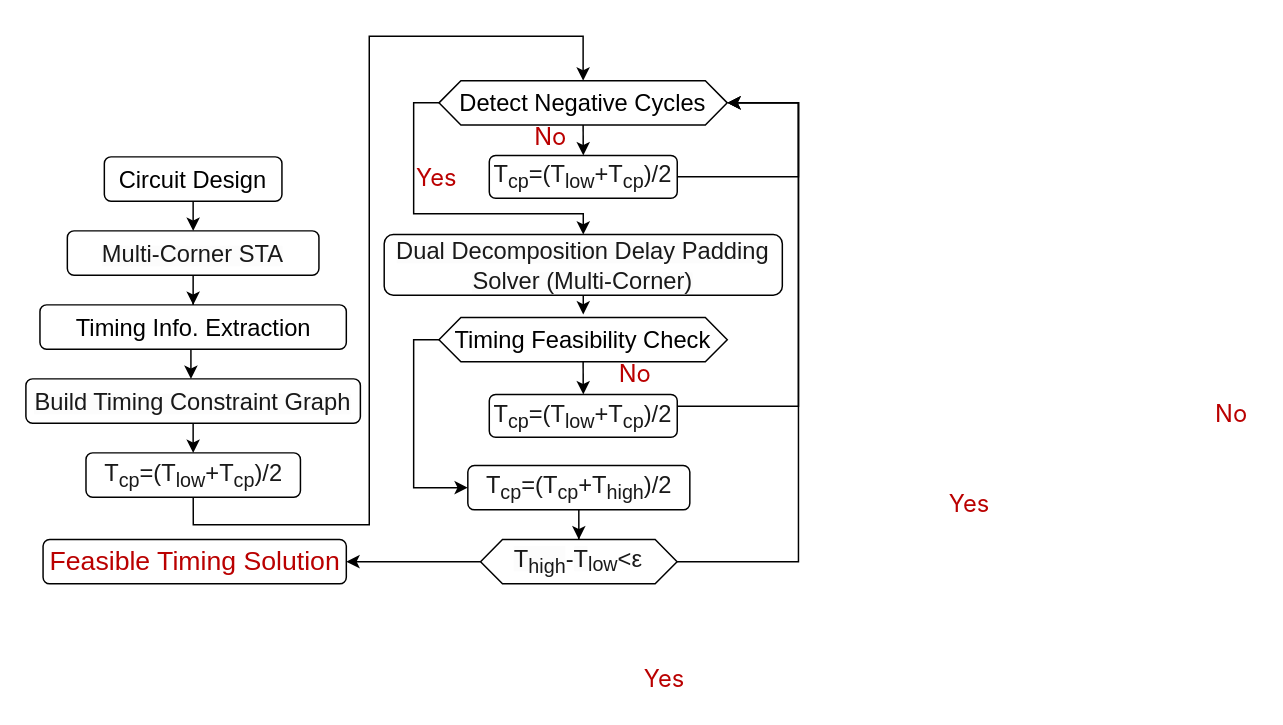
Earlier version of the draw.io diagram framework.drawio (kxzhu0505/Delay-Padding-For-Multi-corner). Source tidied: cells renumbered, new cells numbered last; positions are measured from the earlier drawing's top-left corner, leaving out a move shared by most shapes. Both pictures are drawn from the tidied source at 148%, with x=0, y=0 at pixel (25, 36).
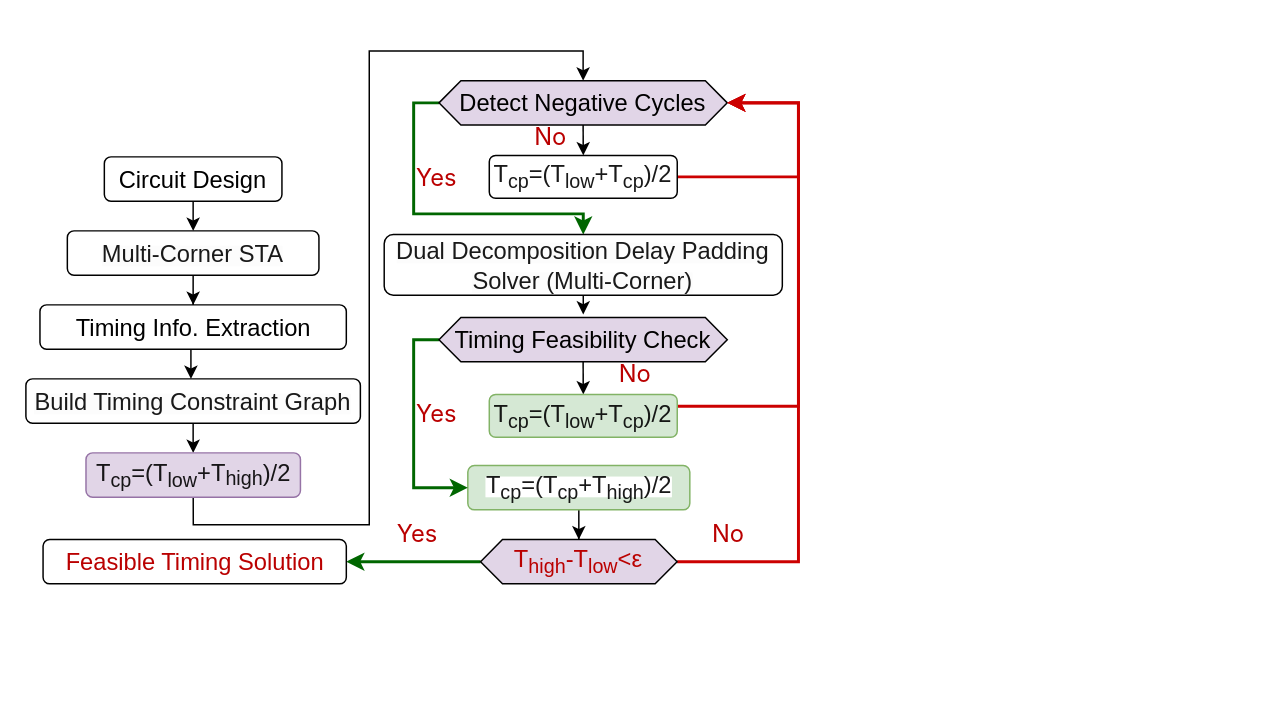
The same page after the edit.

Unchanged cells that the change refers to:
```xml
<mxCell id="14" value="&lt;span style=&quot;margin: 0px; padding: 0px; border: 0px; font-variant-numeric: inherit; font-variant-east-asian: inherit; font-variant-alternates: inherit; font-variant-position: inherit; font-variant-emoji: inherit; font-stretch: inherit; line-height: inherit; font-optical-sizing: inherit; font-size-adjust: inherit; font-kerning: inherit; font-feature-settings: inherit; font-variation-settings: inherit; vertical-align: baseline; color: rgba(0, 0, 0, 0.9); text-align: left; background-color: rgb(252, 252, 252);&quot;&gt;&lt;font face=&quot;Helvetica&quot; style=&quot;font-size: 16px;&quot;&gt;Dual Decomposition Delay Padding Solver (Multi-Corner)&lt;/font&gt;&lt;/span&gt;" style="rounded=1;whiteSpace=wrap;html=1;" parent="1" vertex="1">
  <mxGeometry x="242.1" y="134" width="269" height="41" as="geometry" />
</mxCell>
<mxCell id="28" value="&lt;span&gt;&lt;font face=&quot;Helvetica&quot;&gt;&lt;span style=&quot;color: rgba(0, 0, 0, 0.9); font-size: 16px; text-align: left;&quot;&gt;&lt;span style=&quot;color: rgba(0, 0, 0, 0.9);&quot;&gt;T&lt;/span&gt;&lt;sub style=&quot;color: rgba(0, 0, 0, 0.9);&quot;&gt;cp&lt;/sub&gt;=(T&lt;sub style=&quot;&quot;&gt;low&lt;/sub&gt;+&lt;/span&gt;&lt;span style=&quot;color: rgba(0, 0, 0, 0.9); font-size: 16px; text-align: left;&quot;&gt;&lt;span style=&quot;color: rgba(0, 0, 0, 0.9);&quot;&gt;T&lt;/span&gt;&lt;sub style=&quot;color: rgba(0, 0, 0, 0.9);&quot;&gt;cp&lt;/sub&gt;)/2&lt;/span&gt;&lt;/font&gt;&lt;/span&gt;" style="rounded=1;whiteSpace=wrap;html=1;" parent="1" vertex="1">
  <mxGeometry x="313.1" y="80.5" width="127" height="29" as="geometry" />
</mxCell>
```

Diff of the diagram source:
```diff
@@
-    <mxCell id="4" style="edgeStyle=orthogonalEdgeStyle;rounded=0;jettySize=auto;html=1;entryX=0.5;entryY=0;entryDx=0;entryDy=0;" parent="1" edge="1" source="5" target="14">
+    <mxCell id="4" style="edgeStyle=orthogonalEdgeStyle;rounded=0;jettySize=auto;html=1;entryX=0.5;entryY=0;entryDx=0;entryDy=0;strokeWidth=2;strokeColor=#006600;" parent="1" edge="1" source="5" target="14">
       <mxGeometry relative="1" as="geometry">
         <Array as="points">
           <mxPoint x="262" y="45" />
           <mxPoint x="262" y="120" />
           <mxPoint x="377" y="120" />
         </Array>
       </mxGeometry>
     </mxCell>
-    <mxCell id="5" value="&lt;span style=&quot;font-size: 16px;&quot;&gt;Detect Negative Cycles&lt;/span&gt;" style="shape=hexagon;perimeter=hexagonPerimeter2;whiteSpace=wrap;html=1;fixedSize=1;size=14.829999999999927;" parent="1" vertex="1">
+    <mxCell id="5" value="&lt;span style=&quot;font-size: 16px;&quot;&gt;Detect Negative Cycles&lt;/span&gt;" style="shape=hexagon;perimeter=hexagonPerimeter2;whiteSpace=wrap;html=1;fixedSize=1;size=14.829999999999927;fillColor=#e1d5e7;strokeColor=#000000;" parent="1" vertex="1">
       <mxGeometry x="279.1" y="30" width="194.8" height="30" as="geometry" />
     </mxCell>
@@
-    <mxCell id="16" style="edgeStyle=orthogonalEdgeStyle;rounded=0;jettySize=auto;html=1;entryX=1;entryY=0.5;entryDx=0;entryDy=0;exitX=1;exitY=0.5;exitDx=0;exitDy=0;" parent="1" edge="1" source="31" target="5">
+    <mxCell id="16" style="edgeStyle=orthogonalEdgeStyle;rounded=0;jettySize=auto;html=1;entryX=1;entryY=0.5;entryDx=0;entryDy=0;exitX=1;exitY=0.5;exitDx=0;exitDy=0;strokeWidth=2;strokeColor=#CC0000;" parent="1" edge="1" source="31" target="5">
       <mxGeometry relative="1" as="geometry">
         <Array as="points">
           <mxPoint x="522" y="355" />
           <mxPoint x="522" y="45" />
         </Array>
       </mxGeometry>
     </mxCell>
-    <mxCell id="17" value="&lt;span style=&quot;background-color: light-dark(#ffffff, var(--ge-dark-color, #121212));&quot;&gt;&lt;font face=&quot;Helvetica&quot;&gt;&lt;span style=&quot;color: rgba(0, 0, 0, 0.9); font-size: 16px; text-align: left;&quot;&gt;&lt;span style=&quot;color: rgba(0, 0, 0, 0.9);&quot;&gt;T&lt;/span&gt;&lt;sub style=&quot;color: rgba(0, 0, 0, 0.9);&quot;&gt;cp&lt;/sub&gt;=(&lt;span style=&quot;color: rgba(0, 0, 0, 0.9);&quot;&gt;T&lt;/span&gt;&lt;sub style=&quot;color: rgba(0, 0, 0, 0.9);&quot;&gt;cp&lt;/sub&gt;+&lt;/span&gt;&lt;span style=&quot;color: rgba(0, 0, 0, 0.9); font-size: 16px; text-align: left;&quot;&gt;T&lt;sub style=&quot;&quot;&gt;high&lt;/sub&gt;)/2&lt;/span&gt;&lt;/font&gt;&lt;/span&gt;" style="rounded=1;whiteSpace=wrap;html=1;" parent="1" vertex="1">
+    <mxCell id="17" value="&lt;span style=&quot;background-color: light-dark(#ffffff, var(--ge-dark-color, #121212));&quot;&gt;&lt;font face=&quot;Helvetica&quot;&gt;&lt;span style=&quot;color: rgba(0, 0, 0, 0.9); font-size: 16px; text-align: left;&quot;&gt;&lt;span style=&quot;color: rgba(0, 0, 0, 0.9);&quot;&gt;T&lt;/span&gt;&lt;sub style=&quot;color: rgba(0, 0, 0, 0.9);&quot;&gt;cp&lt;/sub&gt;=(&lt;span style=&quot;color: rgba(0, 0, 0, 0.9);&quot;&gt;T&lt;/span&gt;&lt;sub style=&quot;color: rgba(0, 0, 0, 0.9);&quot;&gt;cp&lt;/sub&gt;+&lt;/span&gt;&lt;span style=&quot;color: rgba(0, 0, 0, 0.9); font-size: 16px; text-align: left;&quot;&gt;T&lt;sub style=&quot;&quot;&gt;high&lt;/sub&gt;)/2&lt;/span&gt;&lt;/font&gt;&lt;/span&gt;" style="rounded=1;whiteSpace=wrap;html=1;fillColor=#d5e8d4;strokeColor=#82b366;" parent="1" vertex="1">
       <mxGeometry x="298.6" y="290" width="150" height="30" as="geometry" />
     </mxCell>
     <mxCell id="18" style="edgeStyle=orthogonalEdgeStyle;rounded=0;jettySize=auto;html=1;entryX=0.5;entryY=0;entryDx=0;entryDy=0;exitX=0.5;exitY=1;exitDx=0;exitDy=0;" parent="1" edge="1" source="35" target="5">
       <mxGeometry relative="1" as="geometry">
         <Array as="points">
           <mxPoint x="113" y="330" />
           <mxPoint x="232" y="330" />
-          <mxPoint x="232" />
-          <mxPoint x="377" />
+          <mxPoint x="232" y="10" />
+          <mxPoint x="377" y="10" />
         </Array>
       </mxGeometry>
     </mxCell>
@@
-    <mxCell id="21" style="rounded=0;jettySize=auto;html=1;entryX=1;entryY=0.5;entryDx=0;entryDy=0;exitX=0;exitY=0.5;exitDx=0;exitDy=0;" parent="1" edge="1" source="31" target="22">
+    <mxCell id="21" style="rounded=0;jettySize=auto;html=1;entryX=1;entryY=0.5;entryDx=0;entryDy=0;exitX=0;exitY=0.5;exitDx=0;exitDy=0;strokeWidth=2;strokeColor=#006600;" parent="1" edge="1" source="31" target="22">
       <mxGeometry relative="1" as="geometry" />
     </mxCell>
-    <mxCell id="22" value="&lt;div style=&quot;text-align: left;&quot;&gt;&lt;span style=&quot;background-color: transparent;&quot;&gt;&lt;font style=&quot;font-size: 18px;&quot; face=&quot;Helvetica&quot; color=&quot;rgba(0, 0, 0, 0.9)&quot;&gt;Feasible Timing Solution&lt;/font&gt;&lt;/span&gt;&lt;/div&gt;" style="rounded=1;whiteSpace=wrap;html=1;" parent="1" vertex="1">
+    <mxCell id="22" value="&lt;div style=&quot;text-align: left;&quot;&gt;&lt;span style=&quot;background-color: transparent;&quot;&gt;&lt;font style=&quot;font-size: 16px;&quot; face=&quot;Helvetica&quot; color=&quot;rgba(0, 0, 0, 0.9)&quot;&gt;Feasible Timing Solution&lt;/font&gt;&lt;/span&gt;&lt;/div&gt;" style="rounded=1;whiteSpace=wrap;html=1;" parent="1" vertex="1">
       <mxGeometry x="11.6" y="340" width="204.9" height="30" as="geometry" />
     </mxCell>
     <mxCell id="23" value="&lt;font face=&quot;PingFang SC, -apple-system, system-ui, Segoe UI, Roboto, Ubuntu, Helvetica Neue, Helvetica, Arial, Hiragino Sans GB, Microsoft YaHei UI, Microsoft YaHei, Source Han Sans CN, sans-serif&quot; color=&quot;rgba(0, 0, 0, 0.9)&quot;&gt;&lt;span style=&quot;font-size: 16px; background-color: rgb(255, 255, 255);&quot;&gt;Yes&lt;/span&gt;&lt;/font&gt;" style="text;whiteSpace=wrap;html=1;" parent="1" vertex="1">
-      <mxGeometry x="622" y="300" width="30" height="30" as="geometry" />
+      <mxGeometry x="262" y="239" width="30" height="30" as="geometry" />
     </mxCell>
     <mxCell id="24" value="&lt;font face=&quot;PingFang SC, -apple-system, system-ui, Segoe UI, Roboto, Ubuntu, Helvetica Neue, Helvetica, Arial, Hiragino Sans GB, Microsoft YaHei UI, Microsoft YaHei, Source Han Sans CN, sans-serif&quot; color=&quot;rgba(0, 0, 0, 0.9)&quot;&gt;&lt;span style=&quot;font-size: 16px; background-color: rgb(255, 255, 255);&quot;&gt;No&lt;/span&gt;&lt;/font&gt;" style="text;whiteSpace=wrap;html=1;" parent="1" vertex="1">
-      <mxGeometry x="802" y="239" width="30" height="30" as="geometry" />
+      <mxGeometry x="462" y="320" width="30" height="30" as="geometry" />
     </mxCell>
@@
     <mxCell id="26" value="&lt;font face=&quot;PingFang SC, -apple-system, system-ui, Segoe UI, Roboto, Ubuntu, Helvetica Neue, Helvetica, Arial, Hiragino Sans GB, Microsoft YaHei UI, Microsoft YaHei, Source Han Sans CN, sans-serif&quot; color=&quot;rgba(0, 0, 0, 0.9)&quot;&gt;&lt;span style=&quot;font-size: 16px; background-color: rgb(255, 255, 255);&quot;&gt;Yes&lt;/span&gt;&lt;/font&gt;" style="text;whiteSpace=wrap;html=1;" parent="1" vertex="1">
-      <mxGeometry x="415.8" y="418" width="30" height="30" as="geometry" />
+      <mxGeometry x="249.2" y="320" width="30" height="30" as="geometry" />
     </mxCell>
-    <mxCell id="27" style="edgeStyle=orthogonalEdgeStyle;rounded=0;jettySize=auto;html=1;entryX=1;entryY=0.5;entryDx=0;entryDy=0;exitX=1;exitY=0.5;exitDx=0;exitDy=0;" parent="1" edge="1" source="28" target="5">
+    <mxCell id="27" style="edgeStyle=orthogonalEdgeStyle;rounded=0;jettySize=auto;html=1;entryX=1;entryY=0.5;entryDx=0;entryDy=0;exitX=1;exitY=0.5;exitDx=0;exitDy=0;strokeWidth=2;strokeColor=#CC0000;" parent="1" edge="1" source="28" target="5">
       <mxGeometry relative="1" as="geometry">
         <Array as="points">
           <mxPoint x="522" y="95" />
           <mxPoint x="522" y="45" />
         </Array>
       </mxGeometry>
     </mxCell>
@@
-    <mxCell id="29" style="edgeStyle=orthogonalEdgeStyle;rounded=0;jettySize=auto;html=1;entryX=0;entryY=0.5;entryDx=0;entryDy=0;exitX=0;exitY=0.5;exitDx=0;exitDy=0;" parent="1" edge="1" source="30" target="17">
+    <mxCell id="29" style="edgeStyle=orthogonalEdgeStyle;rounded=0;jettySize=auto;html=1;entryX=0;entryY=0.5;entryDx=0;entryDy=0;exitX=0;exitY=0.5;exitDx=0;exitDy=0;strokeWidth=2;strokeColor=#006600;" parent="1" edge="1" source="30" target="17">
       <mxGeometry relative="1" as="geometry">
         <Array as="points">
           <mxPoint x="262" y="205" />
           <mxPoint x="262" y="305" />
         </Array>
       </mxGeometry>
     </mxCell>
-    <mxCell id="30" value="&lt;font style=&quot;font-size: 16px;&quot;&gt;Timing Feasibility&amp;nbsp;&lt;/font&gt;&lt;span style=&quot;font-size: 16px; background-color: transparent; color: light-dark(rgb(0, 0, 0), rgb(255, 255, 255));&quot;&gt;Check&lt;/span&gt;" style="shape=hexagon;perimeter=hexagonPerimeter2;whiteSpace=wrap;html=1;fixedSize=1;size=14.829999999999927;" parent="1" vertex="1">
+    <mxCell id="30" value="&lt;font style=&quot;font-size: 16px;&quot;&gt;Timing Feasibility&amp;nbsp;&lt;/font&gt;&lt;span style=&quot;font-size: 16px; background-color: transparent; color: light-dark(rgb(0, 0, 0), rgb(255, 255, 255));&quot;&gt;Check&lt;/span&gt;" style="shape=hexagon;perimeter=hexagonPerimeter2;whiteSpace=wrap;html=1;fixedSize=1;size=14.829999999999927;fillColor=#e1d5e7;strokeColor=#000000;" parent="1" vertex="1">
       <mxGeometry x="279.1" y="190" width="194.8" height="30" as="geometry" />
     </mxCell>
-    <mxCell id="31" value="&lt;span style=&quot;font-size: 16px; color: rgba(0, 0, 0, 0.9); text-align: left; background-color: rgb(252, 252, 252);&quot;&gt;T&lt;sub&gt;high&lt;/sub&gt;&lt;/span&gt;&lt;span style=&quot;color: rgba(0, 0, 0, 0.9); font-size: 16px; text-align: left;&quot;&gt;-&lt;/span&gt;&lt;span style=&quot;color: rgba(0, 0, 0, 0.9); font-size: 16px; text-align: left; background-color: rgb(252, 252, 252);&quot;&gt;T&lt;/span&gt;&lt;sub style=&quot;color: rgba(0, 0, 0, 0.9); text-align: left;&quot;&gt;&lt;font style=&quot;font-size: 13.333px;&quot;&gt;low&lt;/font&gt;&lt;/sub&gt;&lt;span style=&quot;color: rgba(0, 0, 0, 0.9); font-size: 16px; text-align: left;&quot;&gt;&amp;lt;ε&lt;/span&gt;" style="shape=hexagon;perimeter=hexagonPerimeter2;whiteSpace=wrap;html=1;fixedSize=1;size=14.829999999999927;" parent="1" vertex="1">
+    <mxCell id="31" value="&lt;div style=&quot;text-align: left;&quot;&gt;&lt;font color=&quot;rgba(0, 0, 0, 0.9)&quot;&gt;&lt;span style=&quot;font-size: 16px;&quot;&gt;T&lt;sub&gt;high&lt;/sub&gt;-T&lt;sub&gt;low&lt;/sub&gt;&amp;lt;ε&lt;/span&gt;&lt;/font&gt;&lt;/div&gt;" style="shape=hexagon;perimeter=hexagonPerimeter2;whiteSpace=wrap;html=1;fixedSize=1;size=14.829999999999927;fillColor=#e1d5e7;strokeColor=#000000;" parent="1" vertex="1">
       <mxGeometry x="307.2" y="340" width="132.8" height="30" as="geometry" />
     </mxCell>
@@
-    <mxCell id="33" style="edgeStyle=orthogonalEdgeStyle;rounded=0;jettySize=auto;html=1;entryX=1;entryY=0.5;entryDx=0;entryDy=0;" parent="1" edge="1" source="34" target="5">
+    <mxCell id="33" style="edgeStyle=orthogonalEdgeStyle;rounded=0;jettySize=auto;html=1;entryX=1;entryY=0.5;entryDx=0;entryDy=0;strokeWidth=2;strokeColor=#CC0000;" parent="1" edge="1" source="34" target="5">
       <mxGeometry relative="1" as="geometry">
         <Array as="points">
           <mxPoint x="522" y="250" />
           <mxPoint x="522" y="45" />
         </Array>
       </mxGeometry>
     </mxCell>
-    <mxCell id="34" value="&lt;span&gt;&lt;font face=&quot;Helvetica&quot;&gt;&lt;span style=&quot;color: rgba(0, 0, 0, 0.9); font-size: 16px; text-align: left;&quot;&gt;&lt;span style=&quot;color: rgba(0, 0, 0, 0.9);&quot;&gt;T&lt;/span&gt;&lt;sub style=&quot;color: rgba(0, 0, 0, 0.9);&quot;&gt;cp&lt;/sub&gt;=(T&lt;sub style=&quot;&quot;&gt;low&lt;/sub&gt;+&lt;/span&gt;&lt;span style=&quot;color: rgba(0, 0, 0, 0.9); font-size: 16px; text-align: left;&quot;&gt;&lt;span style=&quot;color: rgba(0, 0, 0, 0.9);&quot;&gt;T&lt;/span&gt;&lt;sub style=&quot;color: rgba(0, 0, 0, 0.9);&quot;&gt;cp&lt;/sub&gt;)/2&lt;/span&gt;&lt;/font&gt;&lt;/span&gt;" style="rounded=1;whiteSpace=wrap;html=1;" parent="1" vertex="1">
+    <mxCell id="34" value="&lt;span&gt;&lt;font face=&quot;Helvetica&quot;&gt;&lt;span style=&quot;color: rgba(0, 0, 0, 0.9); font-size: 16px; text-align: left;&quot;&gt;&lt;span style=&quot;color: rgba(0, 0, 0, 0.9);&quot;&gt;T&lt;/span&gt;&lt;sub style=&quot;color: rgba(0, 0, 0, 0.9);&quot;&gt;cp&lt;/sub&gt;=(T&lt;sub style=&quot;&quot;&gt;low&lt;/sub&gt;+&lt;/span&gt;&lt;span style=&quot;color: rgba(0, 0, 0, 0.9); font-size: 16px; text-align: left;&quot;&gt;&lt;span style=&quot;color: rgba(0, 0, 0, 0.9);&quot;&gt;T&lt;/span&gt;&lt;sub style=&quot;color: rgba(0, 0, 0, 0.9);&quot;&gt;cp&lt;/sub&gt;)/2&lt;/span&gt;&lt;/font&gt;&lt;/span&gt;" style="rounded=1;whiteSpace=wrap;html=1;fillColor=#d5e8d4;strokeColor=#82b366;" parent="1" vertex="1">
       <mxGeometry x="313.1" y="242" width="127" height="29" as="geometry" />
     </mxCell>
-    <mxCell id="35" value="&lt;span&gt;&lt;font face=&quot;Helvetica&quot;&gt;&lt;span style=&quot;color: rgba(0, 0, 0, 0.9); font-size: 16px; text-align: left;&quot;&gt;&lt;span style=&quot;color: rgba(0, 0, 0, 0.9);&quot;&gt;T&lt;/span&gt;&lt;sub style=&quot;color: rgba(0, 0, 0, 0.9);&quot;&gt;cp&lt;/sub&gt;=(T&lt;sub style=&quot;&quot;&gt;low&lt;/sub&gt;+&lt;/span&gt;&lt;span style=&quot;color: rgba(0, 0, 0, 0.9); font-size: 16px; text-align: left;&quot;&gt;&lt;span style=&quot;color: rgba(0, 0, 0, 0.9);&quot;&gt;T&lt;/span&gt;&lt;sub style=&quot;color: rgba(0, 0, 0, 0.9);&quot;&gt;cp&lt;/sub&gt;)/2&lt;/span&gt;&lt;/font&gt;&lt;/span&gt;" style="rounded=1;whiteSpace=wrap;html=1;" parent="1" vertex="1">
+    <mxCell id="35" value="&lt;span&gt;&lt;font face=&quot;Helvetica&quot;&gt;&lt;span style=&quot;color: rgba(0, 0, 0, 0.9); font-size: 16px; text-align: left;&quot;&gt;&lt;span style=&quot;color: rgba(0, 0, 0, 0.9);&quot;&gt;T&lt;/span&gt;&lt;sub style=&quot;color: rgba(0, 0, 0, 0.9);&quot;&gt;cp&lt;/sub&gt;=(T&lt;sub style=&quot;&quot;&gt;low&lt;/sub&gt;+&lt;/span&gt;&lt;/font&gt;&lt;/span&gt;&lt;span style=&quot;color: rgba(0, 0, 0, 0.9); font-size: 16px; text-align: left;&quot;&gt;T&lt;/span&gt;&lt;sub style=&quot;color: rgba(0, 0, 0, 0.9); text-align: left;&quot;&gt;&lt;font style=&quot;font-size: 13.3333px;&quot;&gt;high&lt;/font&gt;&lt;/sub&gt;&lt;span&gt;&lt;font face=&quot;Helvetica&quot;&gt;&lt;span style=&quot;color: rgba(0, 0, 0, 0.9); font-size: 16px; text-align: left;&quot;&gt;)/2&lt;/span&gt;&lt;/font&gt;&lt;/span&gt;" style="rounded=1;whiteSpace=wrap;html=1;fillColor=#e1d5e7;strokeColor=#9673a6;" parent="1" vertex="1">
       <mxGeometry x="40.6" y="281.5" width="144.9" height="30" as="geometry" />
     </mxCell>
```
